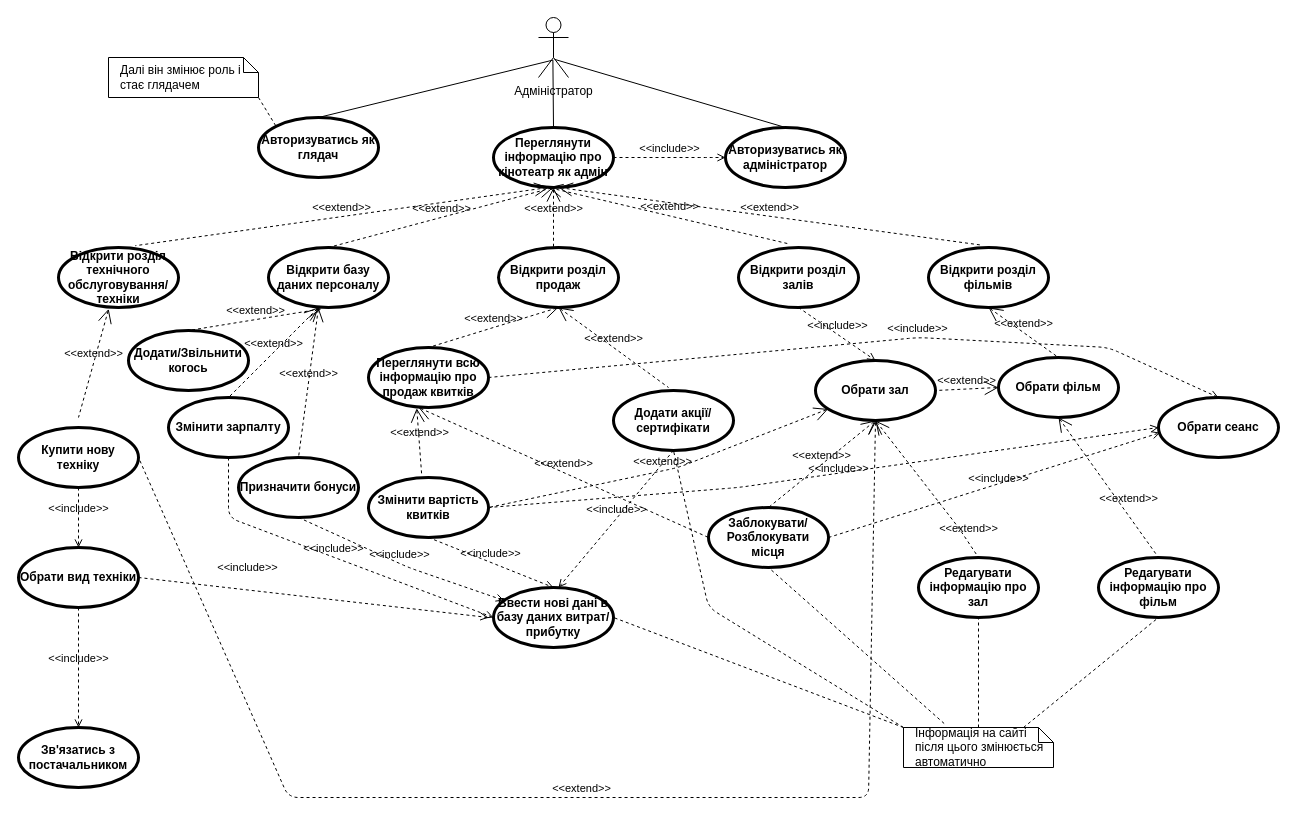
Before: Untitled Diagram.drawio in SophiaYarmolenko/SecondCourseUniversityProjects, a draw.io diagram. Source tidied: cells renumbered, new cells numbered last; positions are measured from the earlier drawing's top-left corner, leaving out a move shared by most shapes. Both pictures are drawn from the tidied source at 100%, with x=0, y=0 at pixel (18, 17).
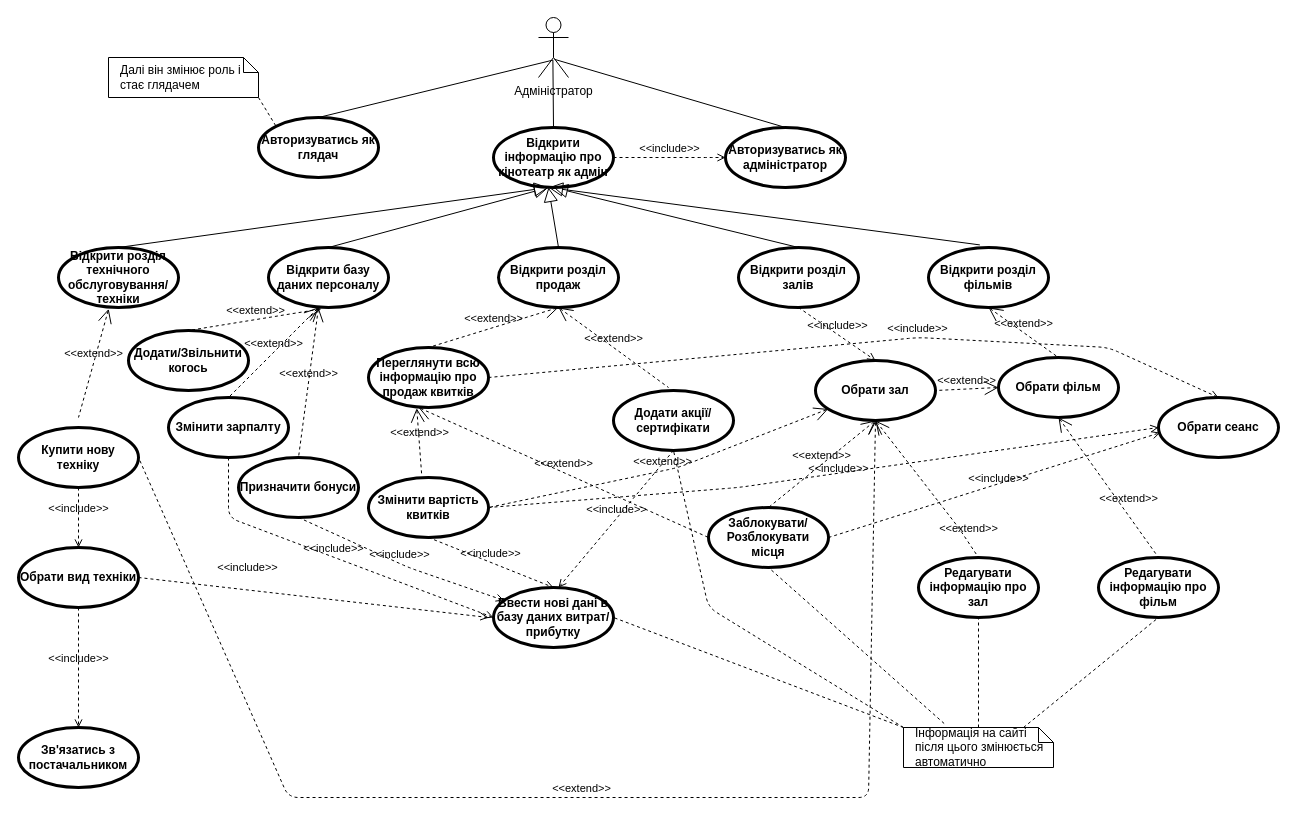
Above is the later version.

Unchanged cells that the change refers to:
```xml
<mxCell id="4" value="Відкрити базу даних персоналу" style="shape=ellipse;html=1;strokeWidth=3;fontStyle=1;whiteSpace=wrap;align=center;perimeter=ellipsePerimeter;" parent="1" vertex="1">
  <mxGeometry x="250" y="230" width="120" height="60" as="geometry" />
</mxCell>
<mxCell id="5" value="Відкрити розділ продаж" style="shape=ellipse;html=1;strokeWidth=3;fontStyle=1;whiteSpace=wrap;align=center;perimeter=ellipsePerimeter;" parent="1" vertex="1">
  <mxGeometry x="480" y="230" width="120" height="60" as="geometry" />
</mxCell>
<mxCell id="6" value="Відкрити розділ залів" style="shape=ellipse;html=1;strokeWidth=3;fontStyle=1;whiteSpace=wrap;align=center;perimeter=ellipsePerimeter;" parent="1" vertex="1">
  <mxGeometry x="720" y="230" width="120" height="60" as="geometry" />
</mxCell>
<mxCell id="7" value="Відкрити розділ фільмів" style="shape=ellipse;html=1;strokeWidth=3;fontStyle=1;whiteSpace=wrap;align=center;perimeter=ellipsePerimeter;" parent="1" vertex="1">
  <mxGeometry x="910" y="230" width="120" height="60" as="geometry" />
</mxCell>
<mxCell id="8" value="Відкрити розділ технічного обслуговування/техніки" style="shape=ellipse;html=1;strokeWidth=3;fontStyle=1;whiteSpace=wrap;align=center;perimeter=ellipsePerimeter;" parent="1" vertex="1">
  <mxGeometry x="40" y="230" width="120" height="60" as="geometry" />
</mxCell>
```

Change to the diagram source:
```diff
@@
-    <mxCell id="3" value="Переглянути інформацію про кінотеатр як адмін" style="shape=ellipse;html=1;strokeWidth=3;fontStyle=1;whiteSpace=wrap;align=center;perimeter=ellipsePerimeter;" parent="1" vertex="1">
+    <mxCell id="3" value="Відкрити інформацію про кінотеатр як адмін" style="shape=ellipse;html=1;strokeWidth=3;fontStyle=1;whiteSpace=wrap;align=center;perimeter=ellipsePerimeter;" parent="1" vertex="1">
       <mxGeometry x="475" y="110" width="120" height="60" as="geometry" />
     </mxCell>
@@
-    <mxCell id="11" value="&amp;lt;&amp;lt;extend&amp;gt;&amp;gt;" style="edgeStyle=none;html=1;startArrow=open;endArrow=none;startSize=12;verticalAlign=bottom;dashed=1;labelBackgroundColor=none;exitX=0.5;exitY=1;exitDx=0;exitDy=0;" parent="1" edge="1" source="3">
-      <mxGeometry relative="1" as="geometry">
-        <mxPoint x="535" y="230" as="targetPoint" />
-      </mxGeometry>
-    </mxCell>
@@
-    <mxCell id="14" value="&amp;lt;&amp;lt;extend&amp;gt;&amp;gt;" style="edgeStyle=none;html=1;startArrow=open;endArrow=none;startSize=12;verticalAlign=bottom;dashed=1;labelBackgroundColor=none;exitX=0.5;exitY=1;exitDx=0;exitDy=0;entryX=0.5;entryY=0;entryDx=0;entryDy=0;" parent="1" edge="1" source="3" target="4">
-      <mxGeometry relative="1" as="geometry" />
-    </mxCell>
-    <mxCell id="15" value="&amp;lt;&amp;lt;extend&amp;gt;&amp;gt;" style="edgeStyle=none;html=1;startArrow=open;endArrow=none;startSize=12;verticalAlign=bottom;dashed=1;labelBackgroundColor=none;entryX=0.427;entryY=-0.057;entryDx=0;entryDy=0;entryPerimeter=0;" parent="1" edge="1" target="6">
-      <mxGeometry relative="1" as="geometry">
-        <mxPoint x="530" y="170" as="sourcePoint" />
-      </mxGeometry>
-    </mxCell>
-    <mxCell id="16" value="&amp;lt;&amp;lt;extend&amp;gt;&amp;gt;" style="edgeStyle=none;html=1;startArrow=open;endArrow=none;startSize=12;verticalAlign=bottom;dashed=1;labelBackgroundColor=none;entryX=0.43;entryY=-0.043;entryDx=0;entryDy=0;entryPerimeter=0;" parent="1" edge="1" target="7">
-      <mxGeometry relative="1" as="geometry">
-        <mxPoint x="540" y="170" as="sourcePoint" />
-      </mxGeometry>
-    </mxCell>
-    <mxCell id="17" value="&amp;lt;&amp;lt;extend&amp;gt;&amp;gt;" style="edgeStyle=none;html=1;startArrow=open;endArrow=none;startSize=12;verticalAlign=bottom;dashed=1;labelBackgroundColor=none;entryX=0.64;entryY=-0.03;entryDx=0;entryDy=0;entryPerimeter=0;" parent="1" edge="1" target="8">
-      <mxGeometry relative="1" as="geometry">
-        <mxPoint x="530" y="170" as="sourcePoint" />
-      </mxGeometry>
-    </mxCell>
@@
+    <mxCell id="71" style="edgeStyle=none;html=1;endArrow=block;endFill=0;endSize=12;verticalAlign=bottom;exitX=0.5;exitY=0;exitDx=0;exitDy=0;" parent="1" edge="1" source="8">
+      <mxGeometry relative="1" as="geometry">
+        <mxPoint x="530" y="170" as="targetPoint" />
+      </mxGeometry>
+    </mxCell>
+    <mxCell id="72" style="edgeStyle=none;html=1;endArrow=block;endFill=0;endSize=12;verticalAlign=bottom;exitX=0.5;exitY=0;exitDx=0;exitDy=0;" parent="1" edge="1" source="4">
+      <mxGeometry relative="1" as="geometry">
+        <mxPoint x="530" y="170" as="targetPoint" />
+      </mxGeometry>
+    </mxCell>
+    <mxCell id="73" style="edgeStyle=none;html=1;endArrow=block;endFill=0;endSize=12;verticalAlign=bottom;exitX=0.5;exitY=0;exitDx=0;exitDy=0;" parent="1" edge="1" source="5">
+      <mxGeometry relative="1" as="geometry">
+        <mxPoint x="530" y="170" as="targetPoint" />
+      </mxGeometry>
+    </mxCell>
+    <mxCell id="74" style="edgeStyle=none;html=1;endArrow=block;endFill=0;endSize=12;verticalAlign=bottom;entryX=0.5;entryY=1;entryDx=0;entryDy=0;exitX=0.5;exitY=0;exitDx=0;exitDy=0;" parent="1" edge="1" source="6" target="3">
+      <mxGeometry relative="1" as="geometry" />
+    </mxCell>
+    <mxCell id="75" style="edgeStyle=none;html=1;endArrow=block;endFill=0;endSize=12;verticalAlign=bottom;exitX=0.428;exitY=-0.043;exitDx=0;exitDy=0;exitPerimeter=0;" parent="1" edge="1" source="7">
+      <mxGeometry relative="1" as="geometry">
+        <mxPoint x="530" y="170" as="targetPoint" />
+      </mxGeometry>
+    </mxCell>
```
